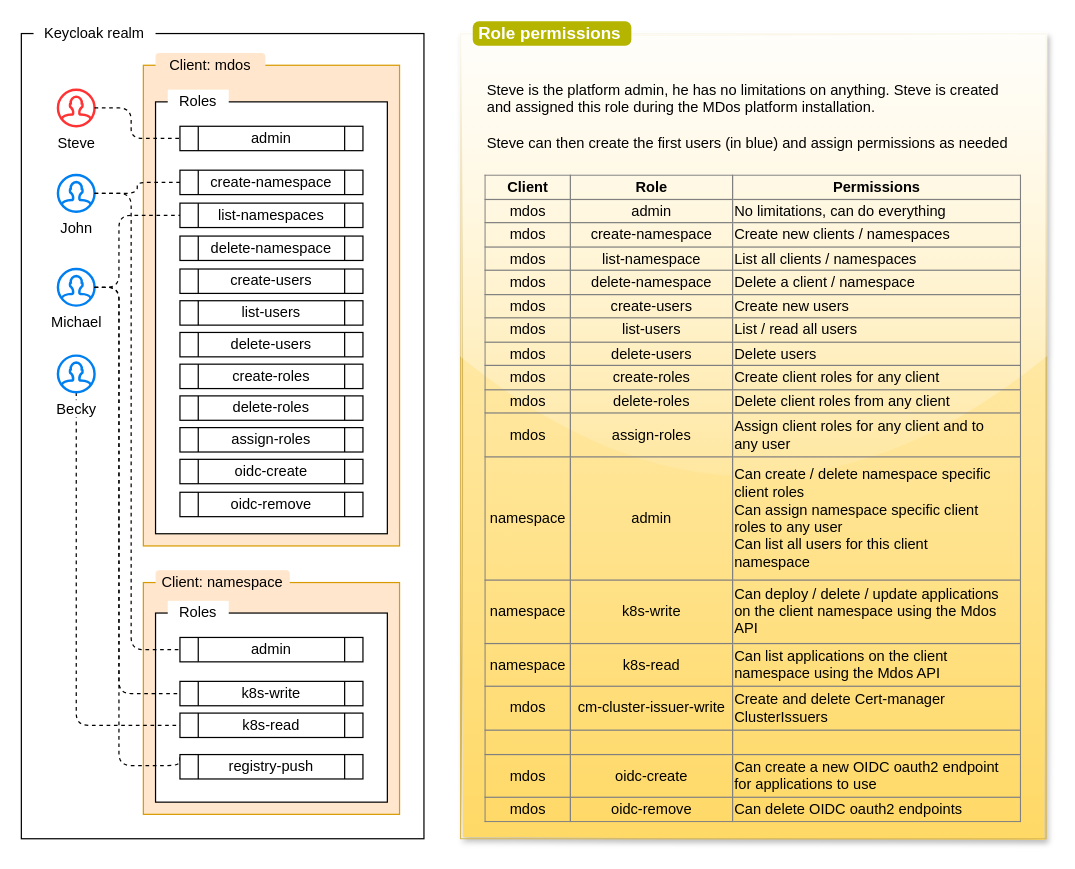
The draw.io diagram page "Keycloak roles" (3 of 8) of mdos-docs/draw.io/architecture.drawio in mdundek/mdos, before the edit. Source tidied: cells renumbered, new cells numbered last; positions are measured from the earlier drawing's top-left corner, leaving out a move shared by most shapes. Both pictures are drawn from the tidied source at 122%, with x=0, y=0 at pixel (21, 21).
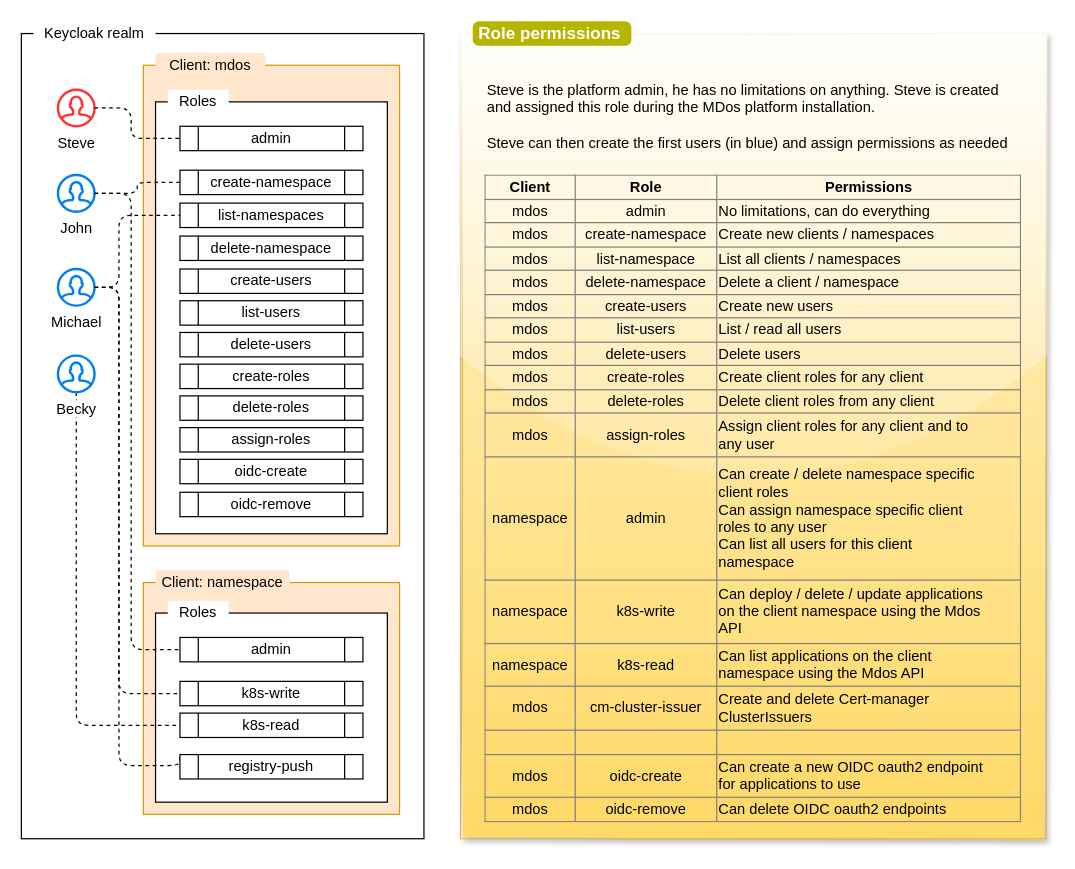
The same page after the edit.

What changed in the source:
```diff
@@
-    <mxCell id="31" value="&lt;table border=&quot;1&quot; width=&quot;100%&quot; height=&quot;100%&quot; style=&quot;width:100%;height:100%;border-collapse:collapse;&quot;&gt;&lt;tbody&gt;&lt;tr&gt;&lt;td&gt;&lt;b&gt;Client&lt;/b&gt;&lt;/td&gt;&lt;td&gt;&lt;b&gt;Role&lt;/b&gt;&lt;/td&gt;&lt;td&gt;&lt;b&gt;Permissions&lt;/b&gt;&lt;/td&gt;&lt;/tr&gt;&lt;tr&gt;&lt;td&gt;mdos&lt;/td&gt;&lt;td&gt;admin&lt;/td&gt;&lt;td style=&quot;text-align: left;&quot;&gt;No limitations, can do everything&lt;/td&gt;&lt;/tr&gt;&lt;tr&gt;&lt;td&gt;mdos&lt;/td&gt;&lt;td&gt;&lt;span style=&quot;&quot;&gt;create-namespace&lt;/span&gt;&lt;br&gt;&lt;/td&gt;&lt;td style=&quot;text-align: left;&quot;&gt;Create new clients / namespaces&lt;br&gt;&lt;/td&gt;&lt;/tr&gt;&lt;tr&gt;&lt;td&gt;&lt;span style=&quot;&quot;&gt;mdos&lt;/span&gt;&lt;br&gt;&lt;/td&gt;&lt;td&gt;&lt;span style=&quot;&quot;&gt;list-namespace&lt;/span&gt;&lt;br&gt;&lt;/td&gt;&lt;td style=&quot;text-align: left;&quot;&gt;List all clients / namespaces&lt;/td&gt;&lt;/tr&gt;&lt;tr&gt;&lt;td&gt;&lt;span style=&quot;&quot;&gt;mdos&lt;/span&gt;&lt;br&gt;&lt;/td&gt;&lt;td&gt;&lt;span style=&quot;&quot;&gt;delete-&lt;/span&gt;namespace&lt;br&gt;&lt;/td&gt;&lt;td style=&quot;text-align: left;&quot;&gt;Delete a client / namespace&lt;/td&gt;&lt;/tr&gt;&lt;tr&gt;&lt;td&gt;&lt;span style=&quot;&quot;&gt;mdos&lt;/span&gt;&lt;br&gt;&lt;/td&gt;&lt;td&gt;&lt;span style=&quot;&quot;&gt;create-users&lt;/span&gt;&lt;br&gt;&lt;/td&gt;&lt;td style=&quot;text-align: left;&quot;&gt;Create new users&lt;/td&gt;&lt;/tr&gt;&lt;tr&gt;&lt;td&gt;&lt;span style=&quot;&quot;&gt;mdos&lt;/span&gt;&lt;br&gt;&lt;/td&gt;&lt;td&gt;&lt;span style=&quot;&quot;&gt;list-users&lt;/span&gt;&lt;br&gt;&lt;/td&gt;&lt;td style=&quot;text-align: left;&quot;&gt;List / read all users&lt;/td&gt;&lt;/tr&gt;&lt;tr&gt;&lt;td&gt;&lt;span style=&quot;&quot;&gt;mdos&lt;/span&gt;&lt;br&gt;&lt;/td&gt;&lt;td&gt;&lt;span style=&quot;&quot;&gt;delete-users&lt;/span&gt;&lt;br&gt;&lt;/td&gt;&lt;td style=&quot;text-align: left;&quot;&gt;Delete users&lt;/td&gt;&lt;/tr&gt;&lt;tr&gt;&lt;td&gt;&lt;span style=&quot;&quot;&gt;mdos&lt;/span&gt;&lt;br&gt;&lt;/td&gt;&lt;td&gt;&lt;span style=&quot;&quot;&gt;create-roles&lt;/span&gt;&lt;br&gt;&lt;/td&gt;&lt;td style=&quot;text-align: left;&quot;&gt;Create client roles for any client&lt;br&gt;&lt;/td&gt;&lt;/tr&gt;&lt;tr&gt;&lt;td&gt;mdos&lt;br&gt;&lt;/td&gt;&lt;td&gt;delete-roles&lt;br&gt;&lt;/td&gt;&lt;td style=&quot;text-align: left;&quot;&gt;Delete client roles from any client&lt;/td&gt;&lt;/tr&gt;&lt;tr&gt;&lt;td&gt;mdos&lt;br&gt;&lt;/td&gt;&lt;td&gt;assign-roles&lt;br&gt;&lt;/td&gt;&lt;td&gt;&lt;div style=&quot;text-align: left;&quot;&gt;&lt;span style=&quot;background-color: initial;&quot;&gt;Assign client roles for any client and to&lt;/span&gt;&lt;/div&gt;&lt;div style=&quot;text-align: left;&quot;&gt;&lt;span style=&quot;background-color: initial;&quot;&gt;any user&lt;/span&gt;&lt;/div&gt;&lt;/td&gt;&lt;/tr&gt;&lt;tr&gt;&lt;td&gt;namespace&lt;br&gt;&lt;/td&gt;&lt;td&gt;&lt;span style=&quot;&quot;&gt;admin&lt;/span&gt;&lt;br&gt;&lt;/td&gt;&lt;td&gt;&lt;div style=&quot;text-align: left;&quot;&gt;&lt;span style=&quot;background-color: initial;&quot;&gt;Can create / delete namespace specific&lt;/span&gt;&lt;/div&gt;&lt;div style=&quot;text-align: left;&quot;&gt;&lt;span style=&quot;background-color: initial;&quot;&gt;client roles&lt;/span&gt;&lt;/div&gt;&lt;div style=&quot;text-align: left;&quot;&gt;&lt;span style=&quot;background-color: initial;&quot;&gt;Can assign namespace specific client&lt;/span&gt;&lt;/div&gt;&lt;div style=&quot;text-align: left;&quot;&gt;&lt;span style=&quot;background-color: initial;&quot;&gt;roles&amp;nbsp;&lt;/span&gt;&lt;span style=&quot;background-color: initial;&quot;&gt;to any user&lt;/span&gt;&lt;/div&gt;&lt;div style=&quot;text-align: left;&quot;&gt;&lt;span style=&quot;background-color: initial;&quot;&gt;Can list all users for this client&lt;/span&gt;&lt;/div&gt;&lt;div style=&quot;text-align: left;&quot;&gt;&lt;span style=&quot;background-color: initial;&quot;&gt;namespace&lt;/span&gt;&lt;/div&gt;&lt;/td&gt;&lt;/tr&gt;&lt;tr&gt;&lt;td&gt;namespace&lt;br&gt;&lt;/td&gt;&lt;td&gt;&lt;span style=&quot;&quot;&gt;k8s-write&lt;/span&gt;&lt;br&gt;&lt;/td&gt;&lt;td style=&quot;text-align: left;&quot;&gt;Can deploy / delete / update applications&lt;br&gt;on the client namespace using the Mdos&lt;br&gt;API&lt;/td&gt;&lt;/tr&gt;&lt;tr&gt;&lt;td&gt;namespace&lt;br&gt;&lt;/td&gt;&lt;td&gt;&lt;span style=&quot;&quot;&gt;k8s-read&lt;/span&gt;&lt;br&gt;&lt;/td&gt;&lt;td&gt;&lt;div style=&quot;text-align: left;&quot;&gt;&lt;span style=&quot;background-color: initial;&quot;&gt;Can list applications on the client&lt;/span&gt;&lt;/div&gt;&lt;div style=&quot;text-align: left;&quot;&gt;&lt;span style=&quot;background-color: initial;&quot;&gt;namespace&amp;nbsp;&lt;/span&gt;&lt;span style=&quot;background-color: initial;&quot;&gt;using the Mdos API&lt;/span&gt;&lt;/div&gt;&lt;/td&gt;&lt;/tr&gt;&lt;tr&gt;&lt;td&gt;mdos&lt;/td&gt;&lt;td&gt;cm-cluster-issuer-write&lt;/td&gt;&lt;td style=&quot;text-align: left;&quot;&gt;Create and delete Cert-manager &lt;br&gt;ClusterIssuers&lt;/td&gt;&lt;/tr&gt;&lt;tr&gt;&lt;td&gt;&lt;br&gt;&lt;/td&gt;&lt;td&gt;&lt;br&gt;&lt;/td&gt;&lt;td style=&quot;text-align: left;&quot;&gt;&lt;/td&gt;&lt;/tr&gt;&lt;tr&gt;&lt;td&gt;mdos&lt;/td&gt;&lt;td&gt;&lt;span style=&quot;&quot;&gt;oidc-create&lt;/span&gt;&lt;br&gt;&lt;/td&gt;&lt;td&gt;&lt;div style=&quot;text-align: left;&quot;&gt;&lt;span style=&quot;background-color: initial;&quot;&gt;Can create a new OIDC oauth2 endpoint&lt;/span&gt;&lt;/div&gt;&lt;div style=&quot;text-align: left;&quot;&gt;&lt;span style=&quot;background-color: initial;&quot;&gt;for applications to use&lt;/span&gt;&lt;/div&gt;&lt;/td&gt;&lt;/tr&gt;&lt;tr&gt;&lt;td&gt;mdos&lt;/td&gt;&lt;td&gt;&lt;span style=&quot;&quot;&gt;oidc-remove&lt;/span&gt;&lt;br&gt;&lt;/td&gt;&lt;td style=&quot;text-align: left;&quot;&gt;Can delete OIDC oauth2 endpoints&lt;/td&gt;&lt;/tr&gt;&lt;/tbody&gt;&lt;/table&gt;" style="text;html=1;strokeColor=none;fillColor=none;overflow=fill;rounded=0;shadow=0;glass=0;sketch=0;fontColor=#000000;align=center;" parent="1" vertex="1">
+    <mxCell id="31" value="&lt;table border=&quot;1&quot; width=&quot;100%&quot; height=&quot;100%&quot; style=&quot;width:100%;height:100%;border-collapse:collapse;&quot;&gt;&lt;tbody&gt;&lt;tr&gt;&lt;td&gt;&lt;b&gt;Client&lt;/b&gt;&lt;/td&gt;&lt;td&gt;&lt;b&gt;Role&lt;/b&gt;&lt;/td&gt;&lt;td&gt;&lt;b&gt;Permissions&lt;/b&gt;&lt;/td&gt;&lt;/tr&gt;&lt;tr&gt;&lt;td&gt;mdos&lt;/td&gt;&lt;td&gt;admin&lt;/td&gt;&lt;td style=&quot;text-align: left;&quot;&gt;No limitations, can do everything&lt;/td&gt;&lt;/tr&gt;&lt;tr&gt;&lt;td&gt;mdos&lt;/td&gt;&lt;td&gt;&lt;span style=&quot;&quot;&gt;create-namespace&lt;/span&gt;&lt;br&gt;&lt;/td&gt;&lt;td style=&quot;text-align: left;&quot;&gt;Create new clients / namespaces&lt;br&gt;&lt;/td&gt;&lt;/tr&gt;&lt;tr&gt;&lt;td&gt;&lt;span style=&quot;&quot;&gt;mdos&lt;/span&gt;&lt;br&gt;&lt;/td&gt;&lt;td&gt;&lt;span style=&quot;&quot;&gt;list-namespace&lt;/span&gt;&lt;br&gt;&lt;/td&gt;&lt;td style=&quot;text-align: left;&quot;&gt;List all clients / namespaces&lt;/td&gt;&lt;/tr&gt;&lt;tr&gt;&lt;td&gt;&lt;span style=&quot;&quot;&gt;mdos&lt;/span&gt;&lt;br&gt;&lt;/td&gt;&lt;td&gt;&lt;span style=&quot;&quot;&gt;delete-&lt;/span&gt;namespace&lt;br&gt;&lt;/td&gt;&lt;td style=&quot;text-align: left;&quot;&gt;Delete a client / namespace&lt;/td&gt;&lt;/tr&gt;&lt;tr&gt;&lt;td&gt;&lt;span style=&quot;&quot;&gt;mdos&lt;/span&gt;&lt;br&gt;&lt;/td&gt;&lt;td&gt;&lt;span style=&quot;&quot;&gt;create-users&lt;/span&gt;&lt;br&gt;&lt;/td&gt;&lt;td style=&quot;text-align: left;&quot;&gt;Create new users&lt;/td&gt;&lt;/tr&gt;&lt;tr&gt;&lt;td&gt;&lt;span style=&quot;&quot;&gt;mdos&lt;/span&gt;&lt;br&gt;&lt;/td&gt;&lt;td&gt;&lt;span style=&quot;&quot;&gt;list-users&lt;/span&gt;&lt;br&gt;&lt;/td&gt;&lt;td style=&quot;text-align: left;&quot;&gt;List / read all users&lt;/td&gt;&lt;/tr&gt;&lt;tr&gt;&lt;td&gt;&lt;span style=&quot;&quot;&gt;mdos&lt;/span&gt;&lt;br&gt;&lt;/td&gt;&lt;td&gt;&lt;span style=&quot;&quot;&gt;delete-users&lt;/span&gt;&lt;br&gt;&lt;/td&gt;&lt;td style=&quot;text-align: left;&quot;&gt;Delete users&lt;/td&gt;&lt;/tr&gt;&lt;tr&gt;&lt;td&gt;&lt;span style=&quot;&quot;&gt;mdos&lt;/span&gt;&lt;br&gt;&lt;/td&gt;&lt;td&gt;&lt;span style=&quot;&quot;&gt;create-roles&lt;/span&gt;&lt;br&gt;&lt;/td&gt;&lt;td style=&quot;text-align: left;&quot;&gt;Create client roles for any client&lt;br&gt;&lt;/td&gt;&lt;/tr&gt;&lt;tr&gt;&lt;td&gt;mdos&lt;br&gt;&lt;/td&gt;&lt;td&gt;delete-roles&lt;br&gt;&lt;/td&gt;&lt;td style=&quot;text-align: left;&quot;&gt;Delete client roles from any client&lt;/td&gt;&lt;/tr&gt;&lt;tr&gt;&lt;td&gt;mdos&lt;br&gt;&lt;/td&gt;&lt;td&gt;assign-roles&lt;br&gt;&lt;/td&gt;&lt;td&gt;&lt;div style=&quot;text-align: left;&quot;&gt;&lt;span style=&quot;background-color: initial;&quot;&gt;Assign client roles for any client and to&lt;/span&gt;&lt;/div&gt;&lt;div style=&quot;text-align: left;&quot;&gt;&lt;span style=&quot;background-color: initial;&quot;&gt;any user&lt;/span&gt;&lt;/div&gt;&lt;/td&gt;&lt;/tr&gt;&lt;tr&gt;&lt;td&gt;namespace&lt;br&gt;&lt;/td&gt;&lt;td&gt;&lt;span style=&quot;&quot;&gt;admin&lt;/span&gt;&lt;br&gt;&lt;/td&gt;&lt;td&gt;&lt;div style=&quot;text-align: left;&quot;&gt;&lt;span style=&quot;background-color: initial;&quot;&gt;Can create / delete namespace specific&lt;/span&gt;&lt;/div&gt;&lt;div style=&quot;text-align: left;&quot;&gt;&lt;span style=&quot;background-color: initial;&quot;&gt;client roles&lt;/span&gt;&lt;/div&gt;&lt;div style=&quot;text-align: left;&quot;&gt;&lt;span style=&quot;background-color: initial;&quot;&gt;Can assign namespace specific client&lt;/span&gt;&lt;/div&gt;&lt;div style=&quot;text-align: left;&quot;&gt;&lt;span style=&quot;background-color: initial;&quot;&gt;roles&amp;nbsp;&lt;/span&gt;&lt;span style=&quot;background-color: initial;&quot;&gt;to any user&lt;/span&gt;&lt;/div&gt;&lt;div style=&quot;text-align: left;&quot;&gt;&lt;span style=&quot;background-color: initial;&quot;&gt;Can list all users for this client&lt;/span&gt;&lt;/div&gt;&lt;div style=&quot;text-align: left;&quot;&gt;&lt;span style=&quot;background-color: initial;&quot;&gt;namespace&lt;/span&gt;&lt;/div&gt;&lt;/td&gt;&lt;/tr&gt;&lt;tr&gt;&lt;td&gt;namespace&lt;br&gt;&lt;/td&gt;&lt;td&gt;&lt;span style=&quot;&quot;&gt;k8s-write&lt;/span&gt;&lt;br&gt;&lt;/td&gt;&lt;td style=&quot;text-align: left;&quot;&gt;Can deploy / delete / update applications&lt;br&gt;on the client namespace using the Mdos&lt;br&gt;API&lt;/td&gt;&lt;/tr&gt;&lt;tr&gt;&lt;td&gt;namespace&lt;br&gt;&lt;/td&gt;&lt;td&gt;&lt;span style=&quot;&quot;&gt;k8s-read&lt;/span&gt;&lt;br&gt;&lt;/td&gt;&lt;td&gt;&lt;div style=&quot;text-align: left;&quot;&gt;&lt;span style=&quot;background-color: initial;&quot;&gt;Can list applications on the client&lt;/span&gt;&lt;/div&gt;&lt;div style=&quot;text-align: left;&quot;&gt;&lt;span style=&quot;background-color: initial;&quot;&gt;namespace&amp;nbsp;&lt;/span&gt;&lt;span style=&quot;background-color: initial;&quot;&gt;using the Mdos API&lt;/span&gt;&lt;/div&gt;&lt;/td&gt;&lt;/tr&gt;&lt;tr&gt;&lt;td&gt;mdos&lt;/td&gt;&lt;td&gt;cm-cluster-issuer&lt;/td&gt;&lt;td style=&quot;text-align: left;&quot;&gt;Create and delete Cert-manager &lt;br&gt;ClusterIssuers&lt;/td&gt;&lt;/tr&gt;&lt;tr&gt;&lt;td&gt;&lt;br&gt;&lt;/td&gt;&lt;td&gt;&lt;br&gt;&lt;/td&gt;&lt;td style=&quot;text-align: left;&quot;&gt;&lt;/td&gt;&lt;/tr&gt;&lt;tr&gt;&lt;td&gt;mdos&lt;/td&gt;&lt;td&gt;&lt;span style=&quot;&quot;&gt;oidc-create&lt;/span&gt;&lt;br&gt;&lt;/td&gt;&lt;td&gt;&lt;div style=&quot;text-align: left;&quot;&gt;&lt;span style=&quot;background-color: initial;&quot;&gt;Can create a new OIDC oauth2 endpoint&lt;/span&gt;&lt;/div&gt;&lt;div style=&quot;text-align: left;&quot;&gt;&lt;span style=&quot;background-color: initial;&quot;&gt;for applications to use&lt;/span&gt;&lt;/div&gt;&lt;/td&gt;&lt;/tr&gt;&lt;tr&gt;&lt;td&gt;mdos&lt;/td&gt;&lt;td&gt;&lt;span style=&quot;&quot;&gt;oidc-remove&lt;/span&gt;&lt;br&gt;&lt;/td&gt;&lt;td style=&quot;text-align: left;&quot;&gt;Can delete OIDC oauth2 endpoints&lt;/td&gt;&lt;/tr&gt;&lt;/tbody&gt;&lt;/table&gt;" style="text;html=1;strokeColor=none;fillColor=none;overflow=fill;rounded=0;shadow=0;glass=0;sketch=0;fontColor=#000000;align=center;" parent="1" vertex="1">
       <mxGeometry x="380" y="126" width="440" height="531" as="geometry" />
     </mxCell>
```
